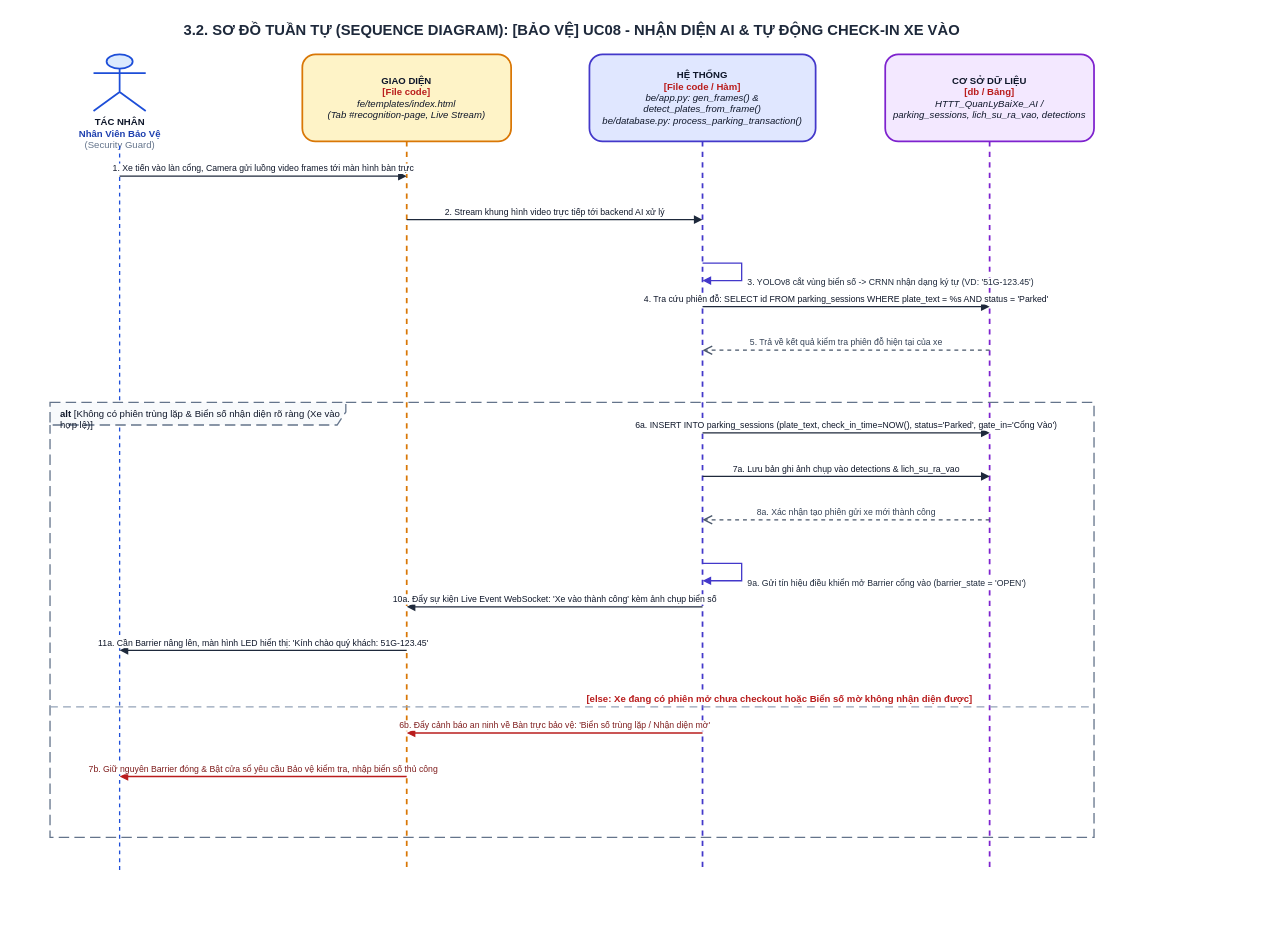
Earlier version of the draw.io diagram ongthanquoctruong_24CT2_cnpm/docs/drawio/uc08_guard_auto_checkin.drawio (Truong027/CNPM24). Source tidied: cells renumbered, new cells numbered last; positions are measured from the earlier drawing's top-left corner, leaving out a move shared by most shapes. Both pictures are drawn from the tidied source at 87%, with x=0, y=0 at pixel (15, 15).
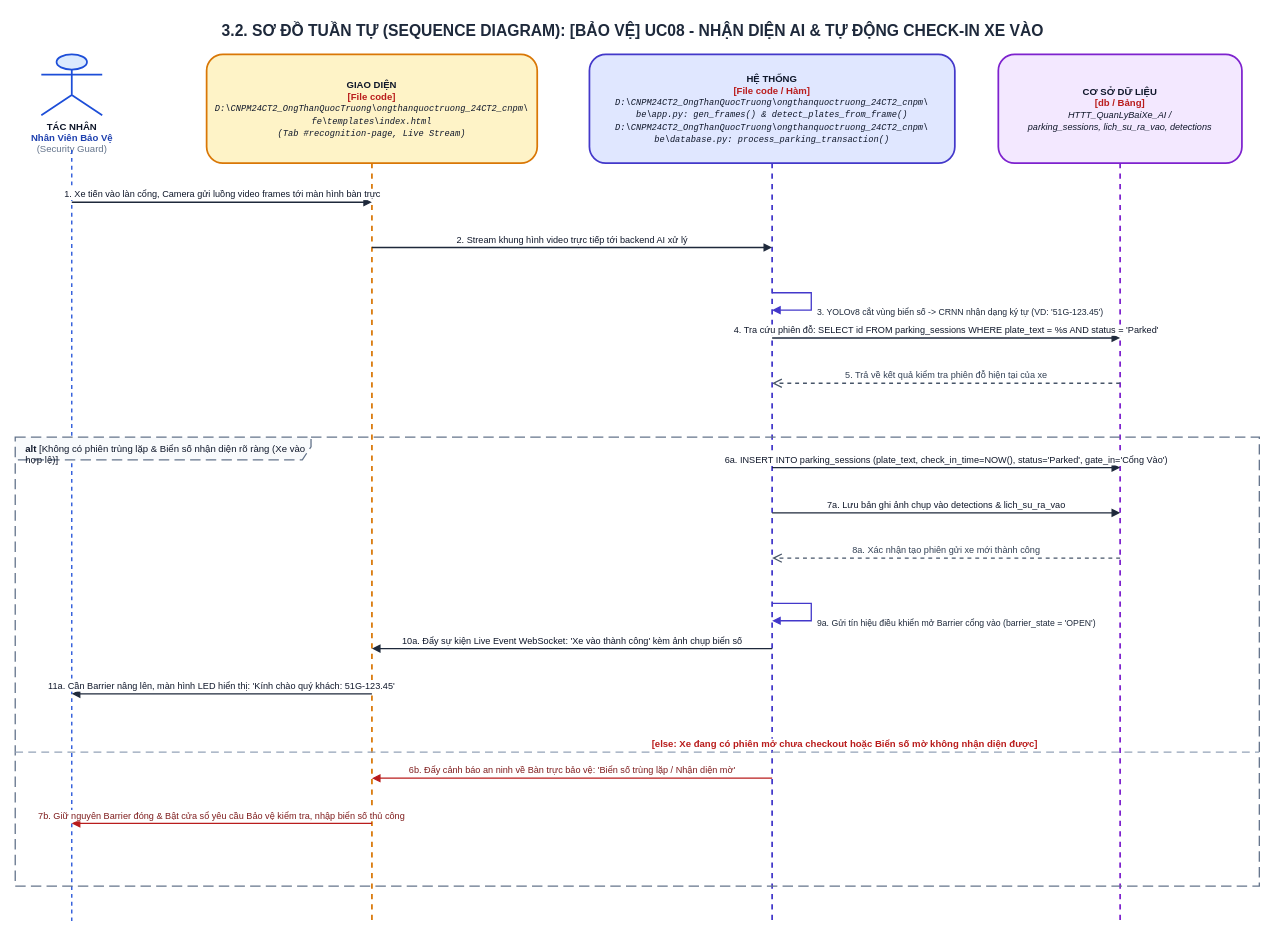
The same diagram, later.

The edit, as a diff of the source:
```diff
@@
-    <mxCell id="2" value="&lt;b&gt;3.2. SƠ ĐỒ TUẦN TỰ (SEQUENCE DIAGRAM): [BẢO VỆ] UC08 - NHẬN DIỆN AI &amp; TỰ ĐỘNG CHECK-IN XE VÀO&lt;/b&gt;" style="text;html=1;strokeColor=none;fillColor=none;align=center;verticalAlign=middle;whiteSpace=wrap;rounded=0;fontSize=17;fontColor=#1E293B;fontStyle=1;" parent="1" vertex="1">
-      <mxGeometry width="1280" height="35" as="geometry" />
+    <mxCell id="2" value="&lt;b&gt;3.2. SƠ ĐỒ TUẦN TỰ (SEQUENCE DIAGRAM): [BẢO VỆ] UC08 - NHẬN DIỆN AI &amp; TỰ ĐỘNG CHECK-IN XE VÀO&lt;/b&gt;" style="text;html=1;strokeColor=none;fillColor=none;align=center;verticalAlign=middle;whiteSpace=wrap;rounded=0;fontSize=18;fontColor=#1E293B;fontStyle=1;" parent="1" vertex="1">
+      <mxGeometry width="1420" height="35" as="geometry" />
     </mxCell>
     <mxCell id="3" value="&lt;b&gt;TÁC NHÂN&lt;/b&gt;&lt;br/&gt;&lt;font color='#1E40AF'&gt;&lt;b&gt;Nhân Viên Bảo Vệ&lt;/b&gt;&lt;/font&gt;&lt;br/&gt;&lt;font color='#64748B'&gt;(Security Guard)&lt;/font&gt;" style="shape=umlActor;verticalLabelPosition=bottom;verticalAlign=top;html=1;fillColor=#DBEAFE;strokeColor=#1D4ED8;strokeWidth=2;fontSize=11;fontColor=#0F172A;align=center;" parent="1" vertex="1">
-      <mxGeometry x="90" y="45" width="60" height="65" as="geometry" />
+      <mxGeometry x="30" y="45" width="70" height="70" as="geometry" />
     </mxCell>
     <mxCell id="4" style="endArrow=none;dashed=1;html=1;strokeWidth=1.5;strokeColor=#1D4ED8;" parent="1" edge="1">
       <mxGeometry relative="1" as="geometry">
-        <mxPoint x="120" y="150" as="sourcePoint" />
-        <mxPoint x="120" y="985" as="targetPoint" />
+        <mxPoint x="65" y="155" as="sourcePoint" />
+        <mxPoint x="65" y="1041" as="targetPoint" />
       </mxGeometry>
     </mxCell>
-    <mxCell id="5" value="&lt;b&gt;GIAO DIỆN&lt;/b&gt;&lt;br/&gt;&lt;font color='#B91C1C'&gt;&lt;b&gt;[File code]&lt;/b&gt;&lt;/font&gt;&lt;br/&gt;&lt;i&gt;fe/templates/index.html&lt;br/&gt;(Tab #recognition-page, Live Stream)&lt;/i&gt;" style="shape=umlLifeline;perimeter=lifelinePerimeter;whiteSpace=wrap;html=1;size=100;fillColor=#FEF3C7;strokeColor=#D97706;strokeWidth=2;fontColor=#0F172A;rounded=1;shadow=0;fontSize=11;align=center;" parent="1" vertex="1">
-      <mxGeometry x="330" y="45" width="240" height="940" as="geometry" />
+    <mxCell id="5" value="&lt;b&gt;GIAO DIỆN&lt;/b&gt;&lt;br/&gt;&lt;font color='#B91C1C'&gt;&lt;b&gt;[File code]&lt;/b&gt;&lt;/font&gt;&lt;br/&gt;&lt;font style='font-size: 10px; font-family: Consolas, monospace;'&gt;&lt;i&gt;D:\CNPM24CT2_OngThanQuocTruong\ongthanquoctruong_24CT2_cnpm\&lt;br/&gt;fe\templates\index.html&lt;br/&gt;(Tab #recognition-page, Live Stream)&lt;/i&gt;&lt;/font&gt;" style="shape=umlLifeline;perimeter=lifelinePerimeter;whiteSpace=wrap;html=1;size=125;fillColor=#FEF3C7;strokeColor=#D97706;strokeWidth=2;fontColor=#0F172A;rounded=1;shadow=0;fontSize=11;align=center;" parent="1" vertex="1">
+      <mxGeometry x="220" y="45" width="380" height="996" as="geometry" />
     </mxCell>
-    <mxCell id="6" value="&lt;b&gt;HỆ THỐNG&lt;/b&gt;&lt;br/&gt;&lt;font color='#B91C1C'&gt;&lt;b&gt;[File code / Hàm]&lt;/b&gt;&lt;/font&gt;&lt;br/&gt;&lt;i&gt;be/app.py: gen_frames() &amp; detect_plates_from_frame()&lt;br/&gt;be/database.py: process_parking_transaction()&lt;/i&gt;" style="shape=umlLifeline;perimeter=lifelinePerimeter;whiteSpace=wrap;html=1;size=100;fillColor=#E0E7FF;strokeColor=#4338CA;strokeWidth=2;fontColor=#0F172A;rounded=1;shadow=0;fontSize=11;align=center;" parent="1" vertex="1">
-      <mxGeometry x="660" y="45" width="260" height="940" as="geometry" />
+    <mxCell id="6" value="&lt;b&gt;HỆ THỐNG&lt;/b&gt;&lt;br/&gt;&lt;font color='#B91C1C'&gt;&lt;b&gt;[File code / Hàm]&lt;/b&gt;&lt;/font&gt;&lt;br/&gt;&lt;font style='font-size: 10px; font-family: Consolas, monospace;'&gt;&lt;i&gt;D:\CNPM24CT2_OngThanQuocTruong\ongthanquoctruong_24CT2_cnpm\&lt;br/&gt;be\app.py: gen_frames() &amp; detect_plates_from_frame()&lt;br/&gt;D:\CNPM24CT2_OngThanQuocTruong\ongthanquoctruong_24CT2_cnpm\&lt;br/&gt;be\database.py: process_parking_transaction()&lt;/i&gt;&lt;/font&gt;" style="shape=umlLifeline;perimeter=lifelinePerimeter;whiteSpace=wrap;html=1;size=125;fillColor=#E0E7FF;strokeColor=#4338CA;strokeWidth=2;fontColor=#0F172A;rounded=1;shadow=0;fontSize=11;align=center;" parent="1" vertex="1">
+      <mxGeometry x="660" y="45" width="420" height="996" as="geometry" />
     </mxCell>
-    <mxCell id="7" value="&lt;b&gt;CƠ SỞ DỮ LIỆU&lt;/b&gt;&lt;br/&gt;&lt;font color='#B91C1C'&gt;&lt;b&gt;[db / Bảng]&lt;/b&gt;&lt;/font&gt;&lt;br/&gt;&lt;i&gt;HTTT_QuanLyBaiXe_AI /&lt;br/&gt;parking_sessions, lich_su_ra_vao, detections&lt;/i&gt;" style="shape=umlLifeline;perimeter=lifelinePerimeter;whiteSpace=wrap;html=1;size=100;fillColor=#F3E8FF;strokeColor=#7E22CE;strokeWidth=2;fontColor=#0F172A;rounded=1;shadow=0;fontSize=11;align=center;" parent="1" vertex="1">
-      <mxGeometry x="1000" y="45" width="240" height="940" as="geometry" />
+    <mxCell id="7" value="&lt;b&gt;CƠ SỞ DỮ LIỆU&lt;/b&gt;&lt;br/&gt;&lt;font color='#B91C1C'&gt;&lt;b&gt;[db / Bảng]&lt;/b&gt;&lt;/font&gt;&lt;br/&gt;&lt;font style='font-size: 10.5px;'&gt;&lt;i&gt;HTTT_QuanLyBaiXe_AI /&lt;br/&gt;parking_sessions, lich_su_ra_vao, detections&lt;/i&gt;&lt;/font&gt;" style="shape=umlLifeline;perimeter=lifelinePerimeter;whiteSpace=wrap;html=1;size=125;fillColor=#F3E8FF;strokeColor=#7E22CE;strokeWidth=2;fontColor=#0F172A;rounded=1;shadow=0;fontSize=11;align=center;" parent="1" vertex="1">
+      <mxGeometry x="1130" y="45" width="280" height="996" as="geometry" />
     </mxCell>
-    <mxCell id="8" value="1. Xe tiến vào làn cổng, Camera gửi luồng video frames tới màn hình bàn trực" style="html=1;verticalAlign=bottom;endArrow=block;rounded=0;strokeColor=#1E293B;strokeWidth=1.5;fontColor=#0F172A;fontSize=10;" parent="1" edge="1">
+    <mxCell id="8" value="1. Xe tiến vào làn cổng, Camera gửi luồng video frames tới màn hình bàn trực" style="html=1;verticalAlign=bottom;endArrow=block;rounded=0;strokeColor=#1E293B;strokeWidth=1.5;fontColor=#0F172A;fontSize=10.5;" parent="1" edge="1">
       <mxGeometry relative="1" as="geometry">
-        <mxPoint x="120" y="185" as="sourcePoint" />
-        <mxPoint x="450" y="185" as="targetPoint" />
+        <mxPoint x="65" y="215" as="sourcePoint" />
+        <mxPoint x="410" y="215" as="targetPoint" />
       </mxGeometry>
     </mxCell>
-    <mxCell id="9" value="2. Stream khung hình video trực tiếp tới backend AI xử lý" style="html=1;verticalAlign=bottom;endArrow=block;rounded=0;strokeColor=#1E293B;strokeWidth=1.5;fontColor=#0F172A;fontSize=10;" parent="1" edge="1">
+    <mxCell id="9" value="2. Stream khung hình video trực tiếp tới backend AI xử lý" style="html=1;verticalAlign=bottom;endArrow=block;rounded=0;strokeColor=#1E293B;strokeWidth=1.5;fontColor=#0F172A;fontSize=10.5;" parent="1" edge="1">
       <mxGeometry relative="1" as="geometry">
-        <mxPoint x="450" y="235" as="sourcePoint" />
-        <mxPoint x="790" y="235" as="targetPoint" />
+        <mxPoint x="410" y="267" as="sourcePoint" />
+        <mxPoint x="870" y="267" as="targetPoint" />
       </mxGeometry>
     </mxCell>
     <mxCell id="10" value="3. YOLOv8 cắt vùng biển số -&gt; CRNN nhận dạng ký tự (VD: '51G-123.45')" style="html=1;align=left;spacingLeft=5;verticalAlign=top;endArrow=block;rounded=0;edgeStyle=orthogonalEdgeStyle;curved=0;strokeColor=#4338CA;strokeWidth=1.5;fontColor=#1E293B;fontSize=10;" parent="1" edge="1">
       <mxGeometry relative="1" as="geometry">
-        <mxPoint x="790" y="285" as="sourcePoint" />
-        <mxPoint x="790" y="305" as="targetPoint" />
+        <mxPoint x="870" y="319" as="sourcePoint" />
+        <mxPoint x="870" y="339" as="targetPoint" />
         <Array as="points">
-          <mxPoint x="835" y="285" />
-          <mxPoint x="835" y="305" />
+          <mxPoint x="915" y="319" />
+          <mxPoint x="915" y="339" />
         </Array>
       </mxGeometry>
     </mxCell>
-    <mxCell id="11" value="4. Tra cứu phiên đỗ: SELECT id FROM parking_sessions WHERE plate_text = %s AND status = 'Parked'" style="html=1;verticalAlign=bottom;endArrow=block;rounded=0;strokeColor=#1E293B;strokeWidth=1.5;fontColor=#0F172A;fontSize=10;" parent="1" edge="1">
+    <mxCell id="11" value="4. Tra cứu phiên đỗ: SELECT id FROM parking_sessions WHERE plate_text = %s AND status = 'Parked'" style="html=1;verticalAlign=bottom;endArrow=block;rounded=0;strokeColor=#1E293B;strokeWidth=1.5;fontColor=#0F172A;fontSize=10.5;" parent="1" edge="1">
       <mxGeometry relative="1" as="geometry">
-        <mxPoint x="790" y="335" as="sourcePoint" />
-        <mxPoint x="1120" y="335" as="targetPoint" />
+        <mxPoint x="870" y="371" as="sourcePoint" />
+        <mxPoint x="1270" y="371" as="targetPoint" />
       </mxGeometry>
     </mxCell>
-    <mxCell id="12" value="5. Trả về kết quả kiểm tra phiên đỗ hiện tại của xe" style="html=1;verticalAlign=bottom;endArrow=open;dashed=1;endSize=8;rounded=0;strokeColor=#475569;strokeWidth=1.5;fontColor=#334155;fontSize=10;" parent="1" edge="1">
+    <mxCell id="12" value="5. Trả về kết quả kiểm tra phiên đỗ hiện tại của xe" style="html=1;verticalAlign=bottom;endArrow=open;dashed=1;endSize=8;rounded=0;strokeColor=#475569;strokeWidth=1.5;fontColor=#334155;fontSize=10.5;" parent="1" edge="1">
       <mxGeometry relative="1" as="geometry">
-        <mxPoint x="1120" y="385" as="sourcePoint" />
-        <mxPoint x="790" y="385" as="targetPoint" />
+        <mxPoint x="1270" y="423" as="sourcePoint" />
+        <mxPoint x="870" y="423" as="targetPoint" />
       </mxGeometry>
     </mxCell>
     <mxCell id="13" value="&lt;b&gt;alt&lt;/b&gt; [Không có phiên trùng lặp &amp; Biển số nhận diện rõ ràng (Xe vào hợp lệ)]" style="shape=umlFrame;whiteSpace=wrap;html=1;width=340;height=26;dashed=1;dashPattern=8 4;strokeColor=#64748B;fillColor=#F8FAFC;strokeWidth=1.5;align=left;spacingLeft=10;verticalAlign=top;fontStyle=0;fontSize=11;fontColor=#0F172A;" parent="1" vertex="1">
-      <mxGeometry x="40" y="445" width="1200" height="500" as="geometry" />
+      <mxGeometry y="485" width="1430" height="516" as="geometry" />
     </mxCell>
-    <mxCell id="14" value="6a. INSERT INTO parking_sessions (plate_text, check_in_time=NOW(), status='Parked', gate_in='Cổng Vào')" style="html=1;verticalAlign=bottom;endArrow=block;rounded=0;strokeColor=#1E293B;strokeWidth=1.5;fontColor=#0F172A;fontSize=10;" parent="1" edge="1">
+    <mxCell id="14" value="6a. INSERT INTO parking_sessions (plate_text, check_in_time=NOW(), status='Parked', gate_in='Cổng Vào')" style="html=1;verticalAlign=bottom;endArrow=block;rounded=0;strokeColor=#1E293B;strokeWidth=1.5;fontColor=#0F172A;fontSize=10.5;" parent="1" edge="1">
       <mxGeometry relative="1" as="geometry">
-        <mxPoint x="790" y="480" as="sourcePoint" />
-        <mxPoint x="1120" y="480" as="targetPoint" />
+        <mxPoint x="870" y="520" as="sourcePoint" />
+        <mxPoint x="1270" y="520" as="targetPoint" />
       </mxGeometry>
     </mxCell>
-    <mxCell id="15" value="7a. Lưu bản ghi ảnh chụp vào detections &amp; lich_su_ra_vao" style="html=1;verticalAlign=bottom;endArrow=block;rounded=0;strokeColor=#1E293B;strokeWidth=1.5;fontColor=#0F172A;fontSize=10;" parent="1" edge="1">
+    <mxCell id="15" value="7a. Lưu bản ghi ảnh chụp vào detections &amp; lich_su_ra_vao" style="html=1;verticalAlign=bottom;endArrow=block;rounded=0;strokeColor=#1E293B;strokeWidth=1.5;fontColor=#0F172A;fontSize=10.5;" parent="1" edge="1">
       <mxGeometry relative="1" as="geometry">
-        <mxPoint x="790" y="530" as="sourcePoint" />
-        <mxPoint x="1120" y="530" as="targetPoint" />
+        <mxPoint x="870" y="572" as="sourcePoint" />
+        <mxPoint x="1270" y="572" as="targetPoint" />
       </mxGeometry>
     </mxCell>
-    <mxCell id="16" value="8a. Xác nhận tạo phiên gửi xe mới thành công" style="html=1;verticalAlign=bottom;endArrow=open;dashed=1;endSize=8;rounded=0;strokeColor=#475569;strokeWidth=1.5;fontColor=#334155;fontSize=10;" parent="1" edge="1">
+    <mxCell id="16" value="8a. Xác nhận tạo phiên gửi xe mới thành công" style="html=1;verticalAlign=bottom;endArrow=open;dashed=1;endSize=8;rounded=0;strokeColor=#475569;strokeWidth=1.5;fontColor=#334155;fontSize=10.5;" parent="1" edge="1">
       <mxGeometry relative="1" as="geometry">
-        <mxPoint x="1120" y="580" as="sourcePoint" />
-        <mxPoint x="790" y="580" as="targetPoint" />
+        <mxPoint x="1270" y="624" as="sourcePoint" />
+        <mxPoint x="870" y="624" as="targetPoint" />
       </mxGeometry>
     </mxCell>
     <mxCell id="17" value="9a. Gửi tín hiệu điều khiển mở Barrier cổng vào (barrier_state = 'OPEN')" style="html=1;align=left;spacingLeft=5;verticalAlign=top;endArrow=block;rounded=0;edgeStyle=orthogonalEdgeStyle;curved=0;strokeColor=#4338CA;strokeWidth=1.5;fontColor=#1E293B;fontSize=10;" parent="1" edge="1">
       <mxGeometry relative="1" as="geometry">
-        <mxPoint x="790" y="630" as="sourcePoint" />
-        <mxPoint x="790" y="650" as="targetPoint" />
+        <mxPoint x="870" y="676" as="sourcePoint" />
+        <mxPoint x="870" y="696" as="targetPoint" />
         <Array as="points">
-          <mxPoint x="835" y="630" />
-          <mxPoint x="835" y="650" />
+          <mxPoint x="915" y="676" />
+          <mxPoint x="915" y="696" />
         </Array>
       </mxGeometry>
     </mxCell>
-    <mxCell id="18" value="10a. Đẩy sự kiện Live Event WebSocket: 'Xe vào thành công' kèm ảnh chụp biển số" style="html=1;verticalAlign=bottom;endArrow=block;rounded=0;strokeColor=#1E293B;strokeWidth=1.5;fontColor=#0F172A;fontSize=10;" parent="1" edge="1">
+    <mxCell id="18" value="10a. Đẩy sự kiện Live Event WebSocket: 'Xe vào thành công' kèm ảnh chụp biển số" style="html=1;verticalAlign=bottom;endArrow=block;rounded=0;strokeColor=#1E293B;strokeWidth=1.5;fontColor=#0F172A;fontSize=10.5;" parent="1" edge="1">
       <mxGeometry relative="1" as="geometry">
-        <mxPoint x="790" y="680" as="sourcePoint" />
-        <mxPoint x="450" y="680" as="targetPoint" />
+        <mxPoint x="870" y="728" as="sourcePoint" />
+        <mxPoint x="410" y="728" as="targetPoint" />
       </mxGeometry>
     </mxCell>
-    <mxCell id="19" value="11a. Cần Barrier nâng lên, màn hình LED hiển thị: 'Kính chào quý khách: 51G-123.45'" style="html=1;verticalAlign=bottom;endArrow=block;rounded=0;strokeColor=#1E293B;strokeWidth=1.5;fontColor=#0F172A;fontSize=10;" parent="1" edge="1">
+    <mxCell id="19" value="11a. Cần Barrier nâng lên, màn hình LED hiển thị: 'Kính chào quý khách: 51G-123.45'" style="html=1;verticalAlign=bottom;endArrow=block;rounded=0;strokeColor=#1E293B;strokeWidth=1.5;fontColor=#0F172A;fontSize=10.5;" parent="1" edge="1">
       <mxGeometry relative="1" as="geometry">
-        <mxPoint x="450" y="730" as="sourcePoint" />
-        <mxPoint x="120" y="730" as="targetPoint" />
+        <mxPoint x="410" y="780" as="sourcePoint" />
+        <mxPoint x="65" y="780" as="targetPoint" />
       </mxGeometry>
     </mxCell>
     <mxCell id="20" value="&lt;b&gt;[else: Xe đang có phiên mở chưa checkout hoặc Biển số mờ không nhận diện được]&lt;/b&gt;" style="html=1;strokeWidth=1.5;strokeColor=#94A3B8;dashed=1;dashPattern=6 4;endArrow=none;align=left;verticalAlign=bottom;spacingLeft=15;fontColor=#B91C1C;fontSize=11;fontStyle=0;" parent="1" edge="1">
       <mxGeometry relative="1" as="geometry">
-        <mxPoint x="40" y="795" as="sourcePoint" />
-        <mxPoint x="1240" y="795" as="targetPoint" />
+        <mxPoint y="847" as="sourcePoint" />
+        <mxPoint x="1430" y="847" as="targetPoint" />
       </mxGeometry>
     </mxCell>
-    <mxCell id="21" value="6b. Đẩy cảnh báo an ninh về Bàn trực bảo vệ: 'Biển số trùng lặp / Nhận diện mờ'" style="html=1;verticalAlign=bottom;endArrow=block;rounded=0;strokeColor=#B91C1C;strokeWidth=1.5;fontColor=#7F1D1D;fontSize=10;" parent="1" edge="1">
+    <mxCell id="21" value="6b. Đẩy cảnh báo an ninh về Bàn trực bảo vệ: 'Biển số trùng lặp / Nhận diện mờ'" style="html=1;verticalAlign=bottom;endArrow=block;rounded=0;strokeColor=#B91C1C;strokeWidth=1.5;fontColor=#7F1D1D;fontSize=10.5;" parent="1" edge="1">
       <mxGeometry relative="1" as="geometry">
-        <mxPoint x="790" y="825" as="sourcePoint" />
-        <mxPoint x="450" y="825" as="targetPoint" />
+        <mxPoint x="870" y="877" as="sourcePoint" />
+        <mxPoint x="410" y="877" as="targetPoint" />
       </mxGeometry>
     </mxCell>
-    <mxCell id="22" value="7b. Giữ nguyên Barrier đóng &amp; Bật cửa sổ yêu cầu Bảo vệ kiểm tra, nhập biển số thủ công" style="html=1;verticalAlign=bottom;endArrow=block;rounded=0;strokeColor=#B91C1C;strokeWidth=1.5;fontColor=#7F1D1D;fontSize=10;" parent="1" edge="1">
+    <mxCell id="22" value="7b. Giữ nguyên Barrier đóng &amp; Bật cửa sổ yêu cầu Bảo vệ kiểm tra, nhập biển số thủ công" style="html=1;verticalAlign=bottom;endArrow=block;rounded=0;strokeColor=#B91C1C;strokeWidth=1.5;fontColor=#7F1D1D;fontSize=10.5;" parent="1" edge="1">
       <mxGeometry relative="1" as="geometry">
-        <mxPoint x="450" y="875" as="sourcePoint" />
-        <mxPoint x="120" y="875" as="targetPoint" />
+        <mxPoint x="410" y="929" as="sourcePoint" />
+        <mxPoint x="65" y="929" as="targetPoint" />
       </mxGeometry>
     </mxCell>
```
